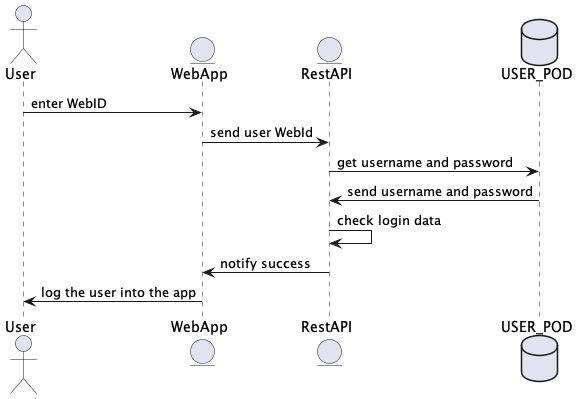
Before: images/login diagram.png, a diagram exported from PlantUML (Arquisoft/lomap_es5c).
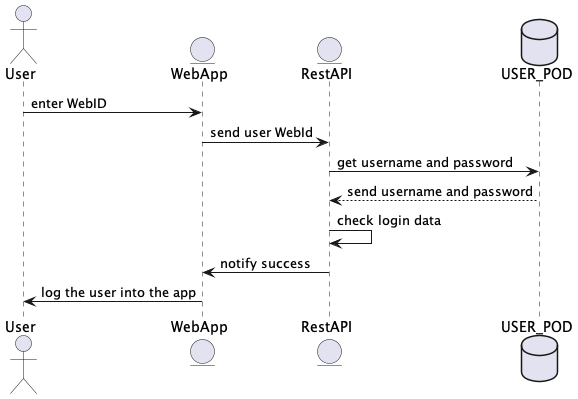
After the change.

Diff of the diagram source:
```diff
@@ -7,7 +7,7 @@
 User -> EntityWeb: enter WebID
 EntityWeb -> EntityRest: send user WebId
 EntityRest -> Pod: get username and password
-Pod -> EntityRest: send username and password
+Pod --> EntityRest: send username and password
 EntityRest -> EntityRest: check login data
 EntityRest -> EntityWeb: notify success
 EntityWeb -> User: log the user into the app
```
